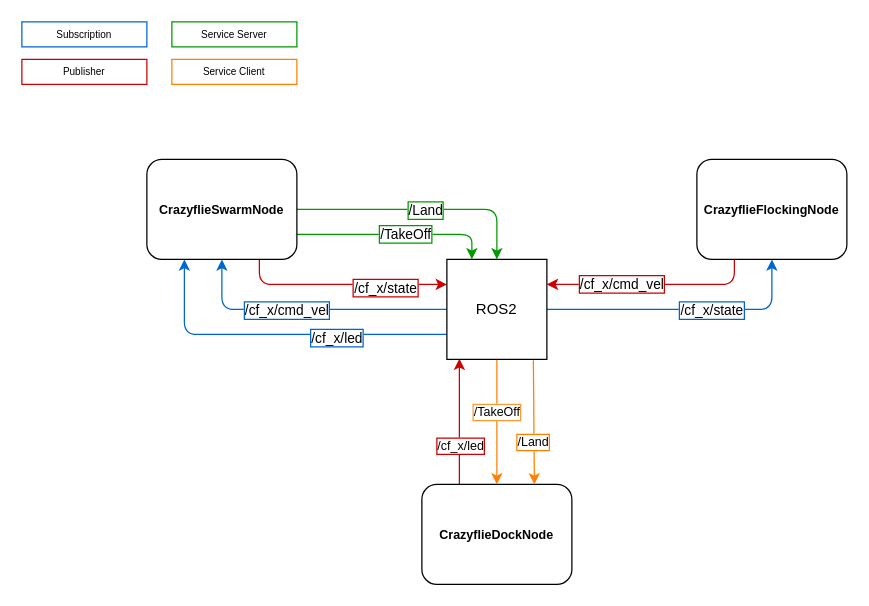
Earlier version of the draw.io diagram docs/architecture.drawio (neverorfrog/crazy-neural-mpc). Source tidied: cells renumbered, new cells numbered last; positions are measured from the earlier drawing's top-left corner, leaving out a move shared by most shapes. Both pictures are drawn from the tidied source at 125%, with x=0, y=0 at pixel (21, 21).
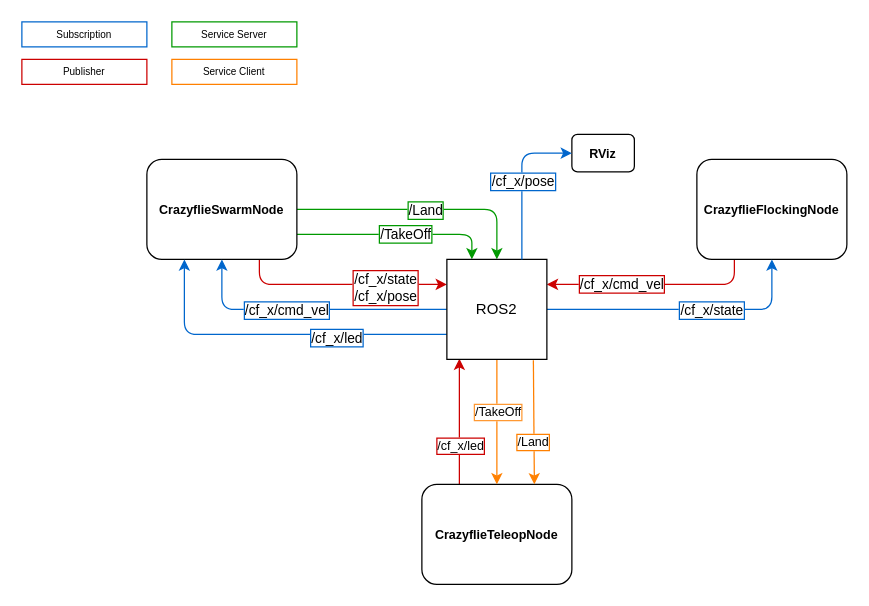
The same page after the edit.

Unchanged cells that the change refers to:
```xml
<mxCell id="2" style="edgeStyle=none;html=1;exitX=0.75;exitY=1;exitDx=0;exitDy=0;entryX=0;entryY=0.25;entryDx=0;entryDy=0;fillColor=#f8cecc;strokeColor=#CC0000;" parent="1" edge="1" source="8" target="25">
  <mxGeometry relative="1" as="geometry">
    <Array as="points">
      <mxPoint x="190" y="210" />
    </Array>
  </mxGeometry>
</mxCell>
<mxCell id="21" style="edgeStyle=none;html=1;entryX=0.5;entryY=0;entryDx=0;entryDy=0;strokeColor=#FF8000;fontSize=10;fontColor=#000000;" parent="1" edge="1" source="25" target="11">
  <mxGeometry relative="1" as="geometry" />
</mxCell>
<mxCell id="25" value="ROS2" style="rounded=0;whiteSpace=wrap;html=1;" parent="1" vertex="1">
  <mxGeometry x="340" y="190" width="80" height="80" as="geometry" />
</mxCell>
```

Diff of the diagram source:
```diff
@@
-    <mxCell id="3" value="/cf_x/state" style="edgeLabel;html=1;align=center;verticalAlign=middle;labelBorderColor=#CC0000;spacingTop=0;spacingLeft=0;spacingBottom=0;spacing=0;" parent="2" vertex="1">
+    <mxCell id="3" value="/cf_x/state&lt;br&gt;/cf_x/pose" style="edgeLabel;html=1;align=center;verticalAlign=middle;labelBorderColor=#CC0000;spacingTop=0;spacingLeft=0;spacingBottom=0;spacing=0;" parent="2" vertex="1">
       <mxGeometry x="0.26" y="-2" relative="1" as="geometry">
         <mxPoint x="13" as="offset" />
       </mxGeometry>
     </mxCell>
@@
-    <mxCell id="11" value="&lt;font style=&quot;font-size: 10px;&quot;&gt;&lt;b&gt;CrazyflieDockNode&lt;/b&gt;&lt;/font&gt;" style="rounded=1;whiteSpace=wrap;html=1;" parent="1" vertex="1">
+    <mxCell id="11" value="&lt;font style=&quot;font-size: 10px;&quot;&gt;&lt;b&gt;CrazyflieTeleopNode&lt;/b&gt;&lt;/font&gt;" style="rounded=1;whiteSpace=wrap;html=1;" parent="1" vertex="1">
       <mxGeometry x="320" y="370" width="120" height="80" as="geometry" />
     </mxCell>
@@
-    <mxCell id="14" value="&lt;font style=&quot;font-size: 10px;&quot;&gt;&lt;b&gt;CrazyflieFlockingNode&lt;/b&gt;&lt;/font&gt;" style="rounded=1;whiteSpace=wrap;html=1;" parent="1" vertex="1">
+    <mxCell id="14" value="&lt;font style=&quot;font-size: 10px;&quot;&gt;&lt;b&gt;CrazyflieFlockingNode&lt;br&gt;&lt;/b&gt;&lt;/font&gt;" style="rounded=1;whiteSpace=wrap;html=1;" parent="1" vertex="1">
       <mxGeometry x="540" y="110" width="120" height="80" as="geometry" />
     </mxCell>
@@
     <mxCell id="22" value="/TakeOff" style="edgeLabel;html=1;align=center;verticalAlign=middle;fontSize=10;fontColor=#000000;labelBorderColor=#FF9933;" parent="21" vertex="1">
-      <mxGeometry x="-0.19" y="-1" relative="1" as="geometry" />
+      <mxGeometry x="-0.19" y="-1" relative="1" as="geometry">
+        <mxPoint x="1" as="offset" />
+      </mxGeometry>
     </mxCell>
@@
+    <mxCell id="30" value="&lt;font style=&quot;font-size: 10px;&quot;&gt;&lt;b&gt;RViz&lt;br&gt;&lt;/b&gt;&lt;/font&gt;" style="rounded=1;whiteSpace=wrap;html=1;" parent="1" vertex="1">
+      <mxGeometry x="440" y="90" width="50" height="30" as="geometry" />
+    </mxCell>
+    <mxCell id="31" style="edgeStyle=none;html=1;exitX=0.75;exitY=0;exitDx=0;exitDy=0;strokeColor=#0066CC;entryX=0;entryY=0.5;entryDx=0;entryDy=0;" parent="1" edge="1" source="25" target="30">
+      <mxGeometry relative="1" as="geometry">
+        <Array as="points">
+          <mxPoint x="400" y="105" />
+        </Array>
+      </mxGeometry>
+    </mxCell>
+    <mxCell id="32" value="/cf_x/pose" style="edgeLabel;html=1;align=center;verticalAlign=middle;labelBorderColor=#0066CC;" parent="31" vertex="1">
+      <mxGeometry x="0.19" relative="1" as="geometry">
+        <mxPoint y="11" as="offset" />
+      </mxGeometry>
+    </mxCell>
```
